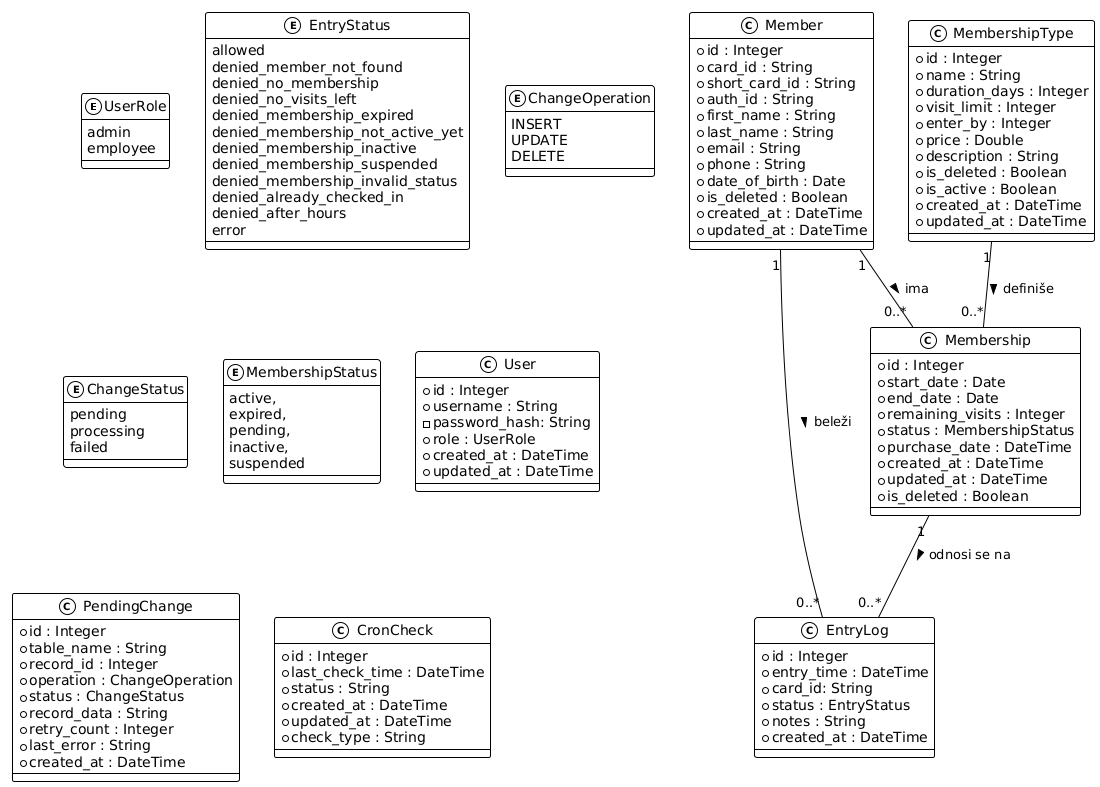
c-danil0o/typst-ftn keeps this PlantUML diagram as slike/class.png. Above is the earlier version. Its diagram source:
```plantuml
@startuml
!theme mono

enum UserRole {
    admin
    employee
}

enum EntryStatus {
         allowed
        denied_member_not_found
        denied_no_membership
        denied_no_visits_left
        denied_membership_expired
        denied_membership_not_active_yet
        denied_membership_inactive
        denied_membership_suspended
        denied_membership_invalid_status
        denied_already_checked_in
        denied_after_hours
        error
}


enum ChangeOperation {
    INSERT
    UPDATE
    DELETE
}

enum ChangeStatus {
    pending
    processing
    failed
}
enum MembershipStatus {
    active,
    expired,
    pending,
    inactive,
    suspended
}

class User {
    + id : Integer
    + username : String
    - password_hash: String
    + role : UserRole
    + created_at : DateTime
    + updated_at : DateTime
}

class Member {
    + id : Integer
    + card_id : String
    + short_card_id : String
    + auth_id : String
    + first_name : String
    + last_name : String
    + email : String
    + phone : String
    + date_of_birth : Date
    + is_deleted : Boolean
    + created_at : DateTime
    + updated_at : DateTime
}

class MembershipType {
    + id : Integer
    + name : String
    + duration_days : Integer
    + visit_limit : Integer
    + enter_by : Integer
    + price : Double
    + description : String
    + is_deleted : Boolean
    + is_active : Boolean
    + created_at : DateTime
    + updated_at : DateTime
}

class Membership {
    + id : Integer
    + start_date : Date
    + end_date : Date
    + remaining_visits : Integer
    + status : MembershipStatus
    + purchase_date : DateTime
    + created_at : DateTime
    + updated_at : DateTime
    + is_deleted : Boolean
}

class EntryLog {
    + id : Integer
    + entry_time : DateTime
    + card_id: String
    + status : EntryStatus
    + notes : String
    + created_at : DateTime
}

class PendingChange {
    + id : Integer
    + table_name : String
    + record_id : Integer
    + operation : ChangeOperation
    + status : ChangeStatus
    + record_data : String
    + retry_count : Integer
    + last_error : String
    + created_at : DateTime
}

class CronCheck {
    + id : Integer
    + last_check_time : DateTime
    + status : String
    + created_at : DateTime
    + updated_at : DateTime
    + check_type : String
}

Member "1" -- "0..*" Membership : ima >
MembershipType "1" -- "0..*" Membership : definiše >
Member "1" -- "0..*" EntryLog : beleži >
Membership "1" -- "0..*" EntryLog : odnosi se na >
@enduml
```
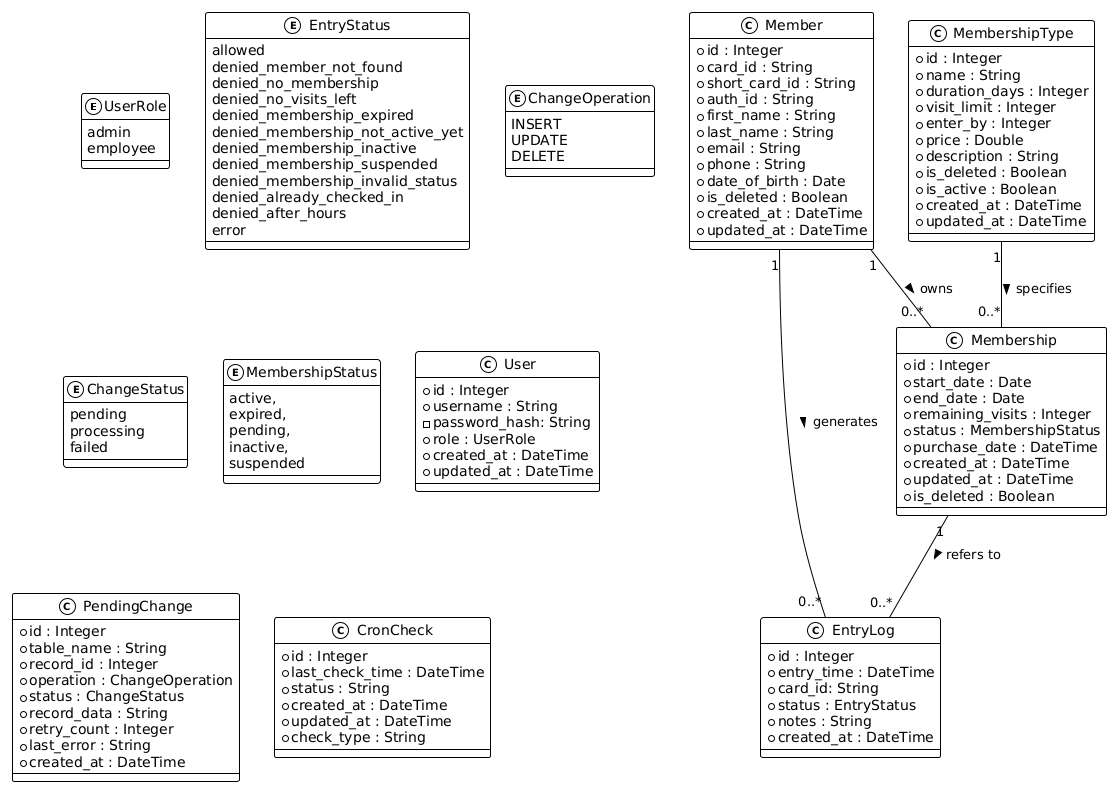
The same diagram one commit later.

Change to the diagram source:
```diff
@@ -121,8 +121,8 @@
     + check_type : String
 }
 
-Member "1" -- "0..*" Membership : ima >
-MembershipType "1" -- "0..*" Membership : definiše >
-Member "1" -- "0..*" EntryLog : beleži >
-Membership "1" -- "0..*" EntryLog : odnosi se na >
+Member "1" -- "0..*" Membership : owns >
+MembershipType "1" -- "0..*" Membership : specifies >
+Member "1" -- "0..*" EntryLog : generates >
+Membership "1" -- "0..*" EntryLog : refers to >
 @enduml
```
